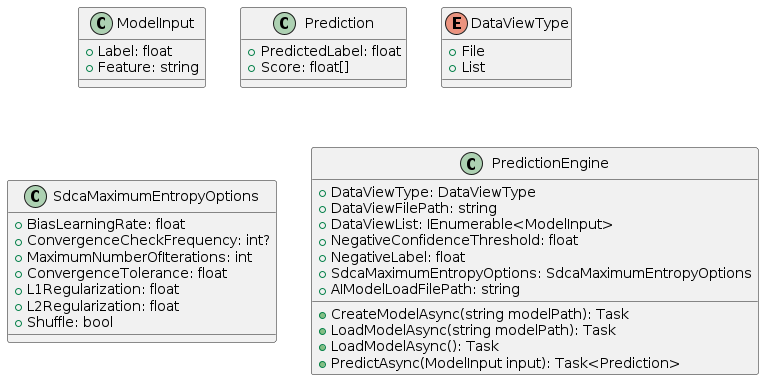
VeritasSoftware/WebsiteAIAssistant keeps this PlantUML diagram as Docs/ClassDiagram.png. Above is the earlier version.
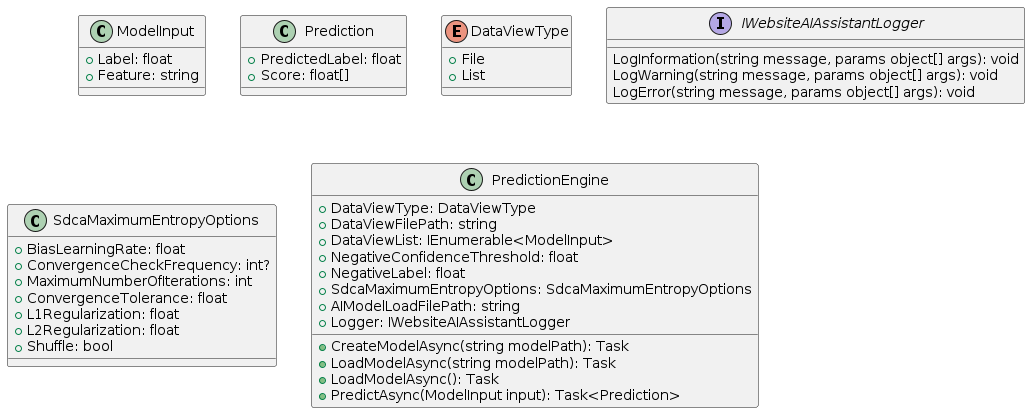
The same diagram one commit later.

Commit message:
updated core class diagram. added UML scripts.

What changed in the source:
```diff
@@ -14,6 +14,13 @@
   + File
   + List
 }
+interface IWebsiteAIAssistantLogger
+{
+  LogInformation(string message, params object[] args): void
+  LogWarning(string message, params object[] args): void
+  LogError(string message, params object[] args): void
+}
+
 class SdcaMaximumEntropyOptions
 {
   + BiasLearningRate: float
@@ -33,9 +40,16 @@
   + NegativeLabel: float
   + SdcaMaximumEntropyOptions: SdcaMaximumEntropyOptions
   + AIModelLoadFilePath: string
+  + Logger: IWebsiteAIAssistantLogger
   + CreateModelAsync(string modelPath): Task
   + LoadModelAsync(string modelPath): Task
   + LoadModelAsync(): Task
   + PredictAsync(ModelInput input): Task<Prediction>
 }
+
+ModelInput -[hidden]> Prediction
+Prediction -[hidden]> DataViewType
+DataViewType -[hidden]> IWebsiteAIAssistantLogger
+ModelInput -down[hidden]-> SdcaMaximumEntropyOptions
+SdcaMaximumEntropyOptions -right[hidden]-> PredictionEngine
 @enduml
```
